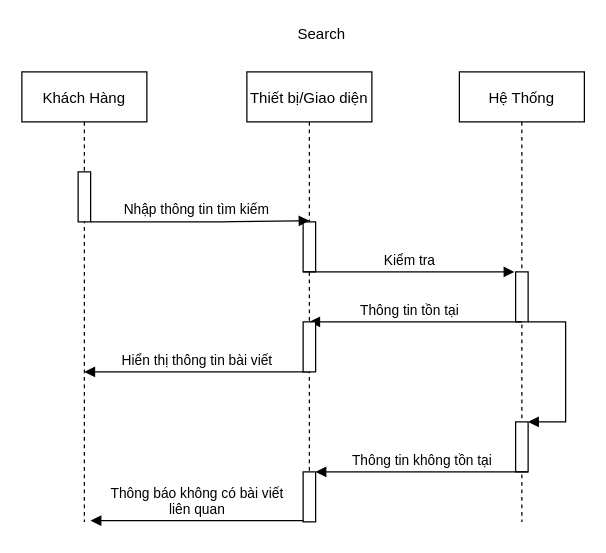
Above: Untitled Diagram.drawio in LuanMinhNguyen/nhom2thuctapchuyennganh (draw.io), before the change. Source tidied: cells renumbered, new cells numbered last; positions are measured from the earlier drawing's top-left corner, leaving out a move shared by most shapes. Both pictures are drawn from the tidied source at 125%, with x=0, y=0 at pixel (21, 21).
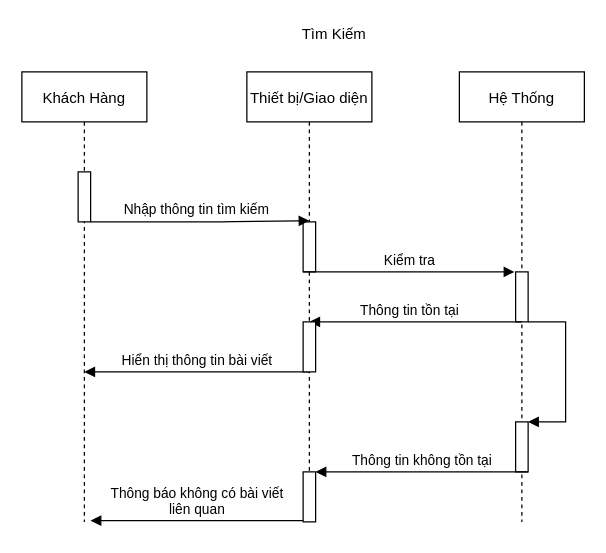
After the change.

The edit, as a diff of the source:
```diff
@@
-    <mxCell id="18" value="Search" style="text;html=1;strokeColor=none;fillColor=none;align=center;verticalAlign=middle;whiteSpace=wrap;rounded=0;" parent="1" vertex="1">
-      <mxGeometry x="220" width="40" height="20" as="geometry" />
+    <mxCell id="18" value="Tìm Kiếm" style="text;html=1;strokeColor=none;fillColor=none;align=center;verticalAlign=middle;whiteSpace=wrap;rounded=0;" parent="1" vertex="1">
+      <mxGeometry x="220" width="60" height="20" as="geometry" />
     </mxCell>
```
